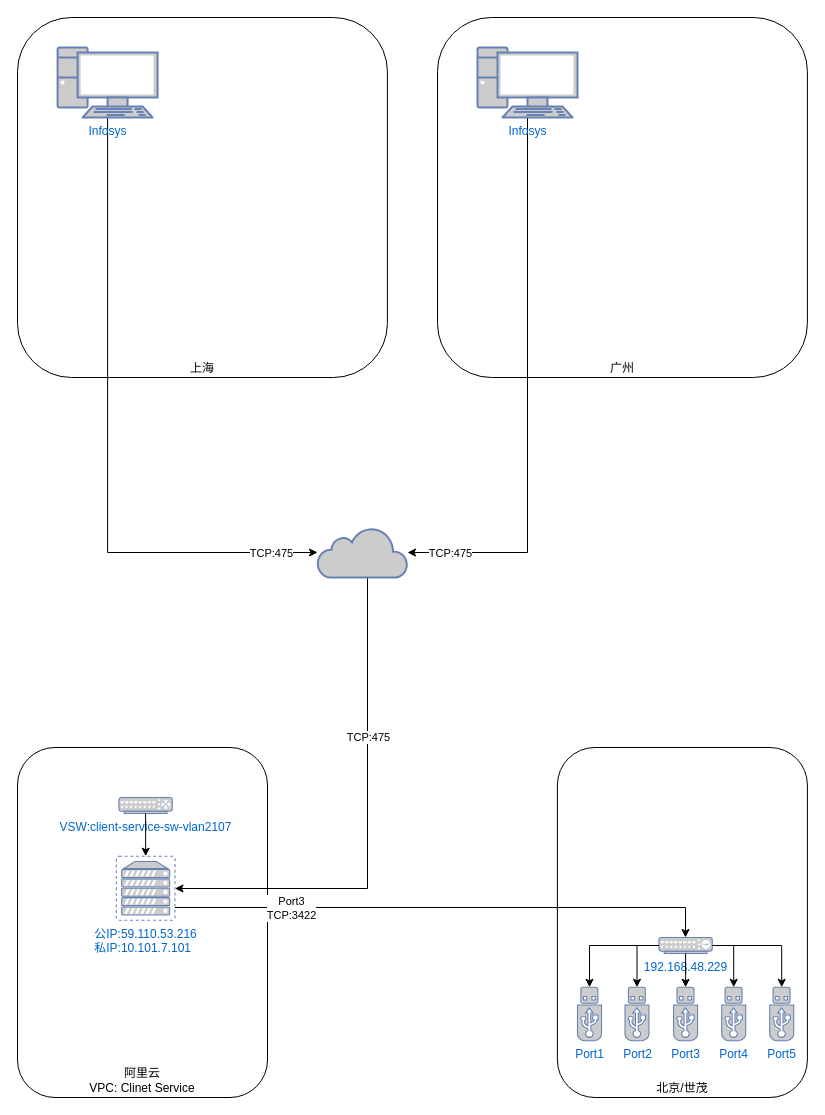
This is AnywhereUSB for infosys.drawio from natop/drawio, a draw.io file, before an edit. Source tidied: cells renumbered, new cells numbered last; positions are measured from the earlier drawing's top-left corner, leaving out a move shared by most shapes. Both pictures are drawn from the tidied source at 100%, with x=0, y=0 at pixel (17, 17).
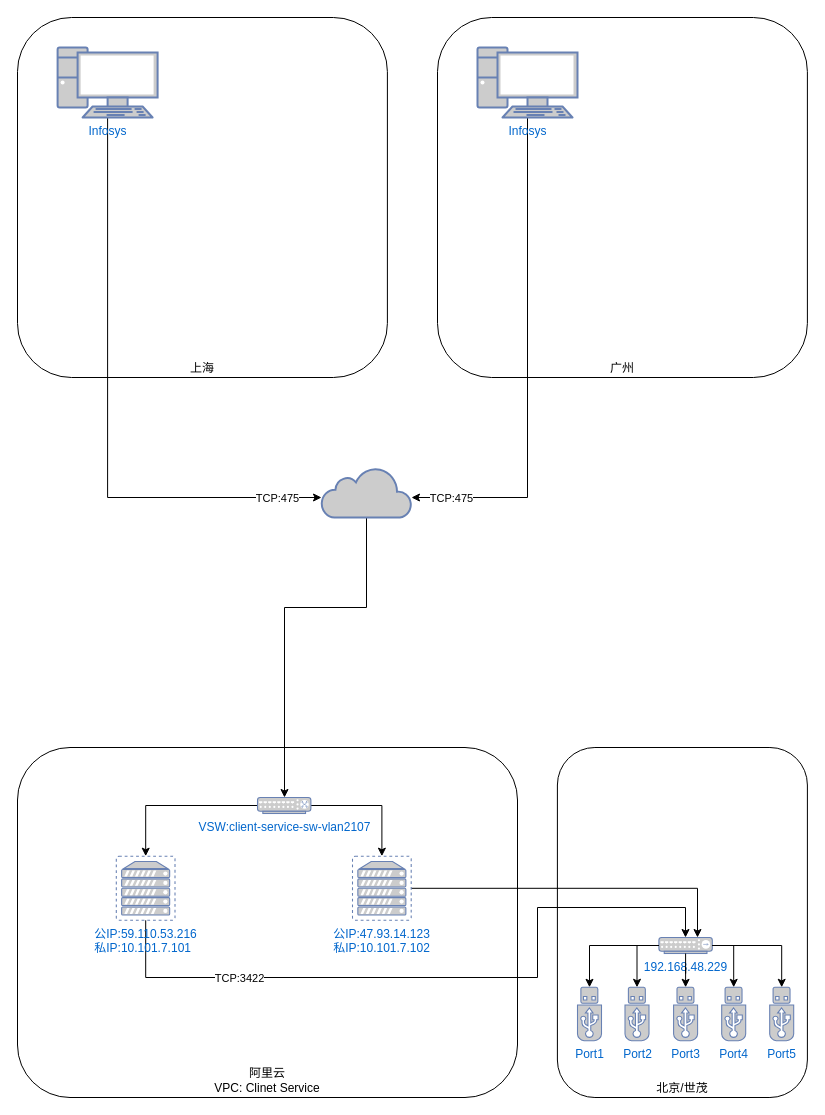
Above is the later version.

Unchanged cells that the change refers to:
```xml
<mxCell id="6" value="192.168.48.229" style="fontColor=#0066CC;verticalAlign=top;verticalLabelPosition=bottom;labelPosition=center;align=center;html=1;outlineConnect=0;fillColor=#CCCCCC;strokeColor=#6881B3;gradientColor=none;gradientDirection=north;strokeWidth=2;shape=mxgraph.networks.hub;" parent="1" vertex="1">
  <mxGeometry x="641.4" y="920" width="53.4" height="16" as="geometry" />
</mxCell>
<mxCell id="20" value="&lt;div style=&quot;text-align: justify;&quot;&gt;&lt;span style=&quot;background-color: initial;&quot;&gt;公IP:59.110.53.216&lt;/span&gt;&lt;/div&gt;&lt;div style=&quot;text-align: justify;&quot;&gt;&lt;span style=&quot;background-color: initial;&quot;&gt;私IP:10.101.7.101&lt;/span&gt;&lt;/div&gt;" style="fontColor=#0066CC;verticalAlign=top;verticalLabelPosition=bottom;labelPosition=center;align=center;html=1;outlineConnect=0;fillColor=#CCCCCC;strokeColor=#6881B3;gradientColor=none;gradientDirection=north;strokeWidth=2;shape=mxgraph.networks.virtual_server;fontStyle=0;labelBackgroundColor=none;labelBorderColor=none;" parent="1" vertex="1">
  <mxGeometry x="98.8" y="838.7" width="58.7" height="64.1" as="geometry" />
</mxCell>
<mxCell id="24" value="Infosys" style="fontColor=#0066CC;verticalAlign=top;verticalLabelPosition=bottom;labelPosition=center;align=center;html=1;outlineConnect=0;fillColor=#CCCCCC;strokeColor=#6881B3;gradientColor=none;gradientDirection=north;strokeWidth=2;shape=mxgraph.networks.pc;" parent="1" vertex="1">
  <mxGeometry x="40.1" y="30" width="100" height="70" as="geometry" />
</mxCell>
<mxCell id="27" value="Infosys" style="fontColor=#0066CC;verticalAlign=top;verticalLabelPosition=bottom;labelPosition=center;align=center;html=1;outlineConnect=0;fillColor=#CCCCCC;strokeColor=#6881B3;gradientColor=none;gradientDirection=north;strokeWidth=2;shape=mxgraph.networks.pc;" parent="1" vertex="1">
  <mxGeometry x="460" y="30" width="100" height="70" as="geometry" />
</mxCell>
```

Diff of the diagram source:
```diff
@@
     <mxCell id="3" value="阿里云&lt;br&gt;VPC: Clinet Service" style="rounded=1;whiteSpace=wrap;html=1;fillColor=none;verticalAlign=bottom;" parent="1" vertex="1">
-      <mxGeometry y="730" width="250" height="350" as="geometry" />
+      <mxGeometry y="730" width="500" height="350" as="geometry" />
     </mxCell>
@@
+    <mxCell id="21" style="edgeStyle=orthogonalEdgeStyle;rounded=0;jettySize=auto;html=1;" parent="1" edge="1" source="17" target="20">
+      <mxGeometry relative="1" as="geometry" />
+    </mxCell>
+    <mxCell id="31" style="edgeStyle=orthogonalEdgeStyle;rounded=0;jettySize=auto;html=1;" parent="1" edge="1" source="17" target="34">
+      <mxGeometry relative="1" as="geometry" />
+    </mxCell>
     <mxCell id="17" value="VSW:client-service-sw-vlan2107" style="fontColor=#0066CC;verticalAlign=top;verticalLabelPosition=bottom;labelPosition=center;align=center;html=1;outlineConnect=0;fillColor=#CCCCCC;strokeColor=#6881B3;gradientColor=none;gradientDirection=north;strokeWidth=2;shape=mxgraph.networks.switch;" parent="1" vertex="1">
-      <mxGeometry x="101.4" y="780" width="53.4" height="16" as="geometry" />
+      <mxGeometry x="240" y="780" width="53.4" height="16" as="geometry" />
     </mxCell>
     <mxCell id="18" style="edgeStyle=orthogonalEdgeStyle;rounded=0;jettySize=auto;html=1;" parent="1" edge="1" source="20" target="6">
       <mxGeometry relative="1" as="geometry">
         <Array as="points">
+          <mxPoint x="128" y="960" />
+          <mxPoint x="520" y="960" />
+          <mxPoint x="520" y="890" />
           <mxPoint x="668" y="890" />
         </Array>
       </mxGeometry>
     </mxCell>
-    <mxCell id="19" value="Port3&lt;br&gt;TCP:3422" style="edgeLabel;html=1;align=center;verticalAlign=middle;" parent="18" vertex="1">
+    <mxCell id="19" value="TCP:3422" style="edgeLabel;html=1;align=center;verticalAlign=middle;" parent="18" vertex="1">
       <mxGeometry x="-0.57" relative="1" as="geometry" />
     </mxCell>
@@
-    <mxCell id="21" style="edgeStyle=orthogonalEdgeStyle;rounded=0;jettySize=auto;html=1;" parent="1" edge="1" source="17" target="20">
-      <mxGeometry relative="1" as="geometry" />
-    </mxCell>
     <mxCell id="22" style="edgeStyle=orthogonalEdgeStyle;rounded=0;jettySize=auto;html=1;" parent="1" edge="1" source="24" target="30">
       <mxGeometry relative="1" as="geometry">
         <Array as="points">
-          <mxPoint x="90" y="535" />
+          <mxPoint x="90" y="480" />
         </Array>
       </mxGeometry>
     </mxCell>
@@
     <mxCell id="25" style="edgeStyle=orthogonalEdgeStyle;rounded=0;jettySize=auto;html=1;" parent="1" edge="1" source="27" target="30">
       <mxGeometry relative="1" as="geometry">
         <Array as="points">
-          <mxPoint x="510" y="535" />
+          <mxPoint x="510" y="480" />
         </Array>
       </mxGeometry>
     </mxCell>
@@
-    <mxCell id="28" style="edgeStyle=orthogonalEdgeStyle;rounded=0;jettySize=auto;html=1;" parent="1" edge="1" source="30" target="20">
-      <mxGeometry relative="1" as="geometry">
-        <Array as="points">
-          <mxPoint x="350" y="871" />
-        </Array>
-      </mxGeometry>
-    </mxCell>
-    <mxCell id="29" value="TCP:475" style="edgeLabel;html=1;align=center;verticalAlign=middle;" parent="28" vertex="1">
-      <mxGeometry x="-0.37" relative="1" as="geometry" />
-    </mxCell>
+    <mxCell id="32" style="edgeStyle=orthogonalEdgeStyle;rounded=0;jettySize=auto;html=1;" parent="1" edge="1" source="30" target="17">
+      <mxGeometry relative="1" as="geometry">
+        <Array as="points">
+          <mxPoint x="349" y="590" />
+          <mxPoint x="267" y="590" />
+        </Array>
+      </mxGeometry>
+    </mxCell>
     <mxCell id="30" style="html=1;outlineConnect=0;fillColor=#CCCCCC;strokeColor=#6881B3;gradientColor=none;gradientDirection=north;strokeWidth=2;shape=mxgraph.networks.cloud;fontColor=#ffffff;" parent="1" vertex="1">
-      <mxGeometry x="300" y="510" width="90" height="50" as="geometry" />
+      <mxGeometry x="304" y="450" width="90" height="50" as="geometry" />
     </mxCell>
+    <mxCell id="33" style="edgeStyle=orthogonalEdgeStyle;rounded=0;jettySize=auto;html=1;" parent="1" edge="1" source="34" target="6">
+      <mxGeometry relative="1" as="geometry">
+        <Array as="points">
+          <mxPoint x="680" y="871" />
+        </Array>
+      </mxGeometry>
+    </mxCell>
+    <mxCell id="34" value="&lt;div style=&quot;text-align: justify;&quot;&gt;&lt;/div&gt;&lt;div style=&quot;text-align: justify;&quot;&gt;&lt;span style=&quot;background-color: initial;&quot;&gt;公IP:47.93.14.123&lt;/span&gt;&lt;/div&gt;&lt;div style=&quot;text-align: justify;&quot;&gt;&lt;span style=&quot;background-color: initial;&quot;&gt;私IP:10.101.7.102&lt;/span&gt;&lt;/div&gt;" style="fontColor=#0066CC;verticalAlign=top;verticalLabelPosition=bottom;labelPosition=center;align=center;html=1;outlineConnect=0;fillColor=#CCCCCC;strokeColor=#6881B3;gradientColor=none;gradientDirection=north;strokeWidth=2;shape=mxgraph.networks.virtual_server;fontStyle=0;labelBackgroundColor=none;labelBorderColor=none;" parent="1" vertex="1">
+      <mxGeometry x="335" y="838.7" width="58.7" height="64.1" as="geometry" />
+    </mxCell>
```
